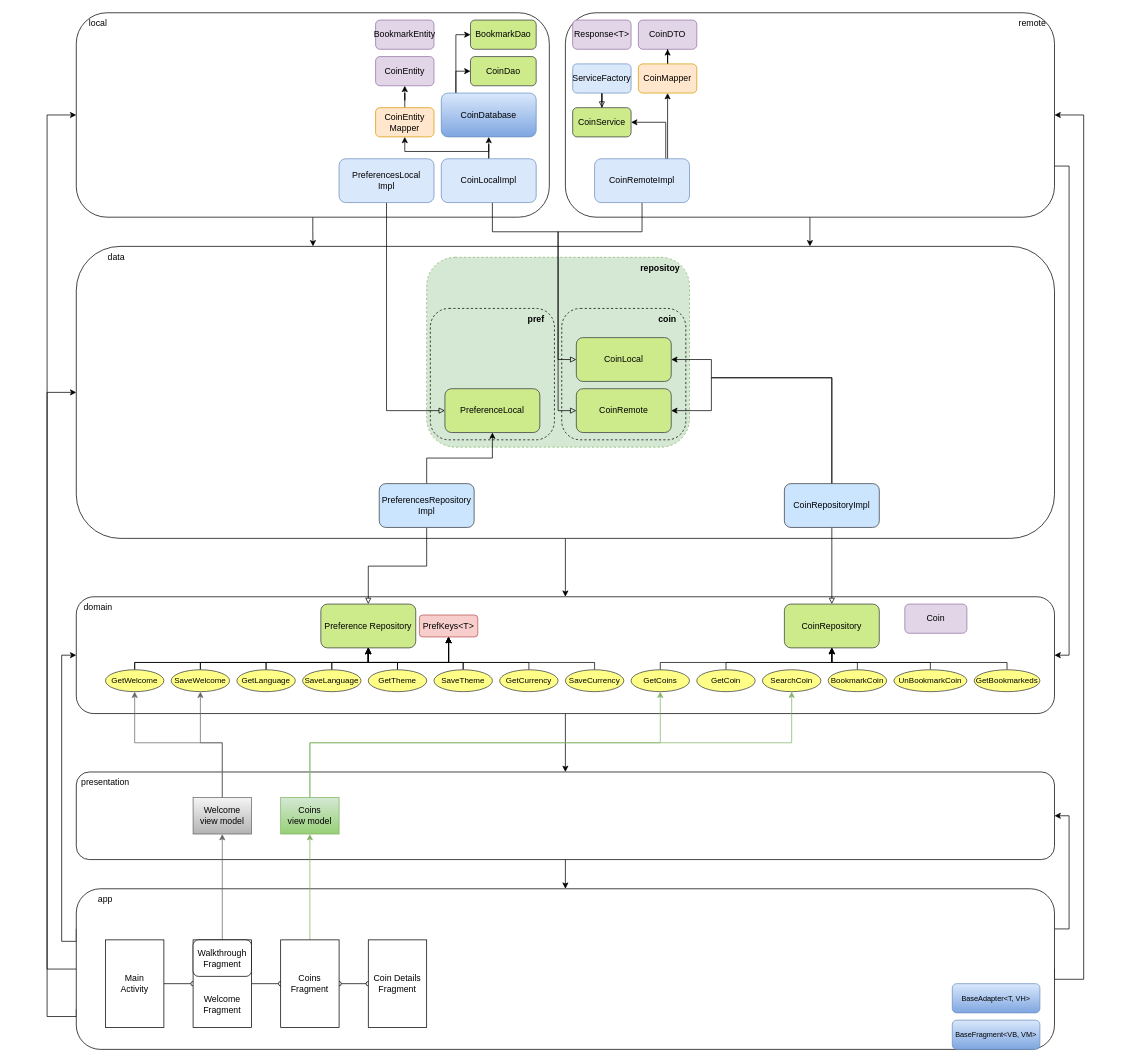
Above: docs/CryptoNumismatist.drawio in hexley21/CoinFuse (draw.io), before the change. Source tidied: cells renumbered, new cells numbered last; positions are measured from the earlier drawing's top-left corner, leaving out a move shared by most shapes. Both pictures are drawn from the tidied source at 73%, with x=0, y=0 at pixel (47, 12).
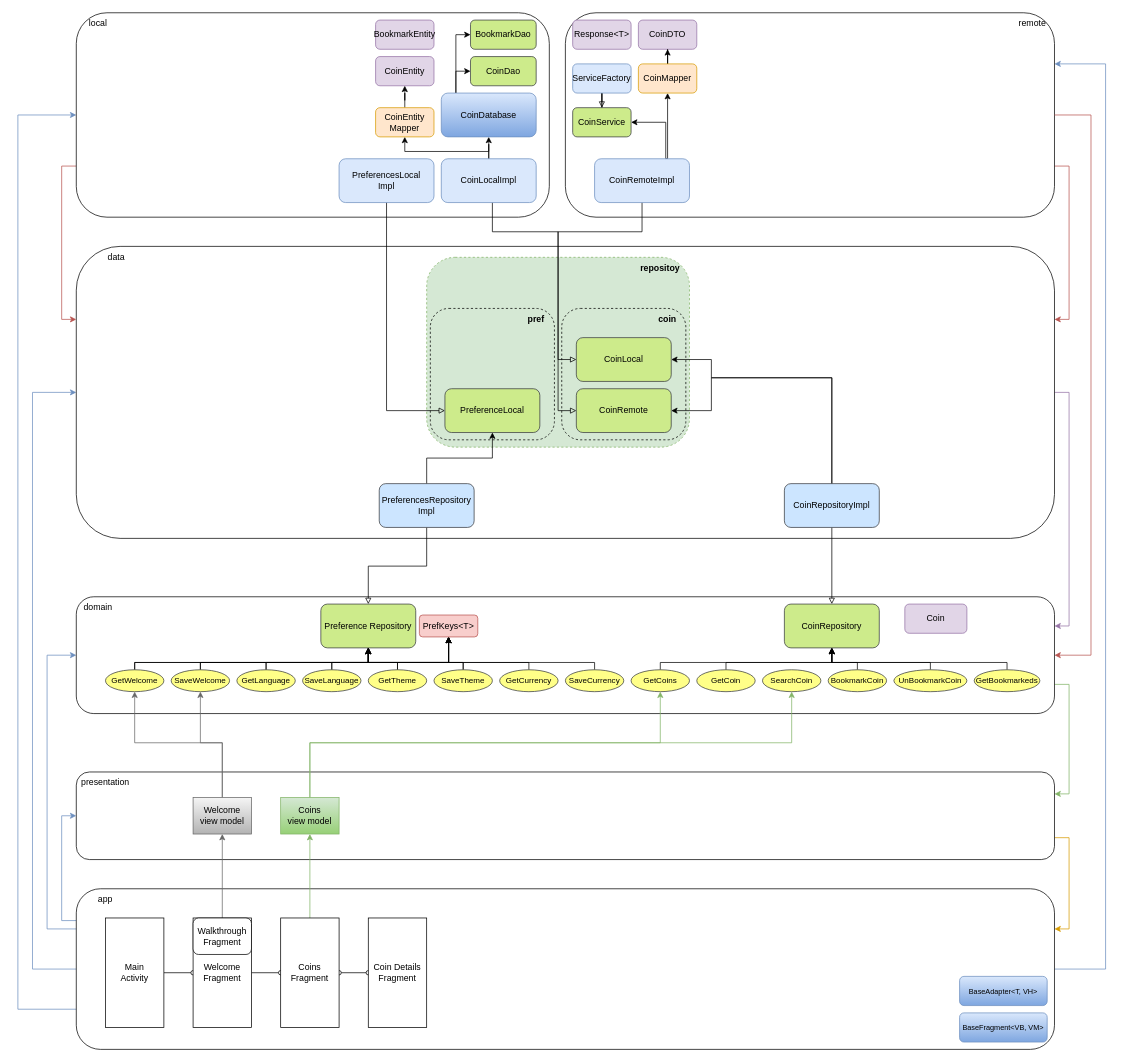
The same page after the edit.

Commit message (it also covers changes not shown here):
build(app/test): add fragment testing dependency

The change refers to these unchanged cells:
```xml
<mxCell id="2" style="rounded=1;whiteSpace=wrap;html=1;" parent="1" vertex="1">
  <mxGeometry x="40" y="1040" width="1340" height="120" as="geometry" />
</mxCell>
<mxCell id="4" style="rounded=1;whiteSpace=wrap;html=1;sketch=0;" parent="1" vertex="1">
  <mxGeometry x="710" width="670" height="280" as="geometry" />
</mxCell>
<mxCell id="10" style="rounded=1;whiteSpace=wrap;html=1;" parent="1" vertex="1">
  <mxGeometry x="40" y="1200" width="1340" height="220" as="geometry" />
</mxCell>
<mxCell id="12" style="rounded=1;whiteSpace=wrap;html=1;" parent="1" vertex="1">
  <mxGeometry x="40" y="320" width="1340" height="400" as="geometry" />
</mxCell>
<mxCell id="14" style="rounded=1;whiteSpace=wrap;html=1;" parent="1" vertex="1">
  <mxGeometry x="40" y="800" width="1340" height="160" as="geometry" />
</mxCell>
<mxCell id="65" style="rounded=1;whiteSpace=wrap;html=1;" parent="1" vertex="1">
  <mxGeometry x="40" width="648" height="280" as="geometry" />
</mxCell>
```

Diff of the diagram source:
```diff
@@
+    <mxCell id="123" style="edgeStyle=orthogonalEdgeStyle;rounded=0;jettySize=auto;html=1;entryX=1;entryY=0.25;entryDx=0;entryDy=0;exitX=1;exitY=0.75;exitDx=0;exitDy=0;fillColor=#ffe6cc;strokeColor=#d79b00;" parent="1" edge="1" source="2" target="10">
+      <mxGeometry relative="1" as="geometry" />
+    </mxCell>
@@
-    <mxCell id="3" style="edgeStyle=orthogonalEdgeStyle;rounded=0;jettySize=auto;html=1;entryX=0.75;entryY=0;entryDx=0;entryDy=0;" parent="1" edge="1" source="4" target="12">
+    <mxCell id="3" style="edgeStyle=orthogonalEdgeStyle;rounded=0;jettySize=auto;html=1;entryX=1;entryY=0.25;entryDx=0;entryDy=0;exitX=1;exitY=0.75;exitDx=0;exitDy=0;fillColor=#f8cecc;strokeColor=#b85450;" parent="1" edge="1" source="4" target="12">
       <mxGeometry relative="1" as="geometry" />
     </mxCell>
@@
-    <mxCell id="5" style="edgeStyle=orthogonalEdgeStyle;rounded=0;jettySize=auto;html=1;entryX=1;entryY=0.5;entryDx=0;entryDy=0;exitX=1;exitY=0.5;exitDx=0;exitDy=0;" parent="1" edge="1" source="10" target="4">
+    <mxCell id="5" style="edgeStyle=orthogonalEdgeStyle;rounded=0;jettySize=auto;html=1;entryX=1;entryY=0.25;entryDx=0;entryDy=0;fillColor=#dae8fc;strokeColor=#6c8ebf;" parent="1" edge="1" target="4">
       <mxGeometry relative="1" as="geometry">
+        <mxPoint x="1380" y="1310" as="sourcePoint" />
         <Array as="points">
-          <mxPoint x="1420" y="1324" />
-          <mxPoint x="1420" y="140" />
+          <mxPoint x="1450" y="1310" />
+          <mxPoint x="1450" y="70" />
         </Array>
       </mxGeometry>
     </mxCell>
-    <mxCell id="6" style="edgeStyle=orthogonalEdgeStyle;rounded=0;jettySize=auto;html=1;entryX=0;entryY=0.5;entryDx=0;entryDy=0;exitX=0;exitY=0.25;exitDx=0;exitDy=0;" parent="1" edge="1" source="10" target="14">
+    <mxCell id="6" style="edgeStyle=orthogonalEdgeStyle;rounded=0;jettySize=auto;html=1;entryX=0;entryY=0.5;entryDx=0;entryDy=0;exitX=0;exitY=0.25;exitDx=0;exitDy=0;fillColor=#dae8fc;strokeColor=#6c8ebf;" parent="1" edge="1" source="10" target="14">
       <mxGeometry relative="1" as="geometry">
         <Array as="points">
-          <mxPoint x="20" y="1272" />
-          <mxPoint x="20" y="880" />
+          <mxPoint y="1255" />
+          <mxPoint y="880" />
         </Array>
       </mxGeometry>
     </mxCell>
-    <mxCell id="7" style="edgeStyle=orthogonalEdgeStyle;rounded=0;jettySize=auto;html=1;entryX=0;entryY=0.5;entryDx=0;entryDy=0;exitX=0;exitY=0.75;exitDx=0;exitDy=0;" parent="1" edge="1" source="10" target="12">
+    <mxCell id="7" style="edgeStyle=orthogonalEdgeStyle;rounded=0;jettySize=auto;html=1;entryX=0;entryY=0.5;entryDx=0;entryDy=0;exitX=0;exitY=0.5;exitDx=0;exitDy=0;fillColor=#dae8fc;strokeColor=#6c8ebf;" parent="1" edge="1" source="10" target="12">
       <mxGeometry relative="1" as="geometry">
         <Array as="points">
-          <mxPoint y="1375" />
-          <mxPoint y="520" />
+          <mxPoint x="-20" y="1310" />
+          <mxPoint x="-20" y="520" />
         </Array>
       </mxGeometry>
     </mxCell>
-    <mxCell id="8" style="edgeStyle=orthogonalEdgeStyle;rounded=0;jettySize=auto;html=1;entryX=0;entryY=0.5;entryDx=0;entryDy=0;exitX=0;exitY=0.5;exitDx=0;exitDy=0;" parent="1" edge="1" source="10" target="65">
+    <mxCell id="8" style="edgeStyle=orthogonalEdgeStyle;rounded=0;jettySize=auto;html=1;entryX=0;entryY=0.5;entryDx=0;entryDy=0;exitX=0;exitY=0.75;exitDx=0;exitDy=0;fillColor=#dae8fc;strokeColor=#6c8ebf;" parent="1" edge="1" source="10" target="65">
       <mxGeometry relative="1" as="geometry">
         <Array as="points">
-          <mxPoint y="1310" />
-          <mxPoint y="140" />
+          <mxPoint x="-40" y="1365" />
+          <mxPoint x="-40" y="140" />
         </Array>
       </mxGeometry>
     </mxCell>
-    <mxCell id="9" style="edgeStyle=orthogonalEdgeStyle;rounded=0;jettySize=auto;html=1;exitX=1;exitY=0.25;exitDx=0;exitDy=0;entryX=1;entryY=0.5;entryDx=0;entryDy=0;" parent="1" edge="1" source="10" target="2">
+    <mxCell id="9" style="edgeStyle=orthogonalEdgeStyle;rounded=0;jettySize=auto;html=1;entryX=0;entryY=0.5;entryDx=0;entryDy=0;exitX=0;exitY=0.198;exitDx=0;exitDy=0;exitPerimeter=0;fillColor=#dae8fc;strokeColor=#6c8ebf;" parent="1" edge="1" source="10" target="2">
       <mxGeometry relative="1" as="geometry" />
     </mxCell>
@@
-    <mxCell id="11" style="edgeStyle=orthogonalEdgeStyle;rounded=0;jettySize=auto;html=1;entryX=0.5;entryY=0;entryDx=0;entryDy=0;" parent="1" edge="1" source="12" target="14">
+    <mxCell id="11" style="edgeStyle=orthogonalEdgeStyle;rounded=0;jettySize=auto;html=1;entryX=1;entryY=0.25;entryDx=0;entryDy=0;exitX=1;exitY=0.5;exitDx=0;exitDy=0;fillColor=#e1d5e7;strokeColor=#9673a6;" parent="1" edge="1" source="12" target="14">
       <mxGeometry relative="1" as="geometry" />
     </mxCell>
@@
-    <mxCell id="13" style="edgeStyle=orthogonalEdgeStyle;rounded=0;jettySize=auto;html=1;entryX=0.5;entryY=0;entryDx=0;entryDy=0;" parent="1" edge="1" source="14" target="2">
+    <mxCell id="13" style="edgeStyle=orthogonalEdgeStyle;rounded=0;jettySize=auto;html=1;exitX=1;exitY=0.75;exitDx=0;exitDy=0;entryX=1;entryY=0.25;entryDx=0;entryDy=0;fillColor=#d5e8d4;strokeColor=#82b366;" parent="1" edge="1" source="14" target="2">
       <mxGeometry relative="1" as="geometry" />
     </mxCell>
@@
     <mxCell id="16" value="Main&lt;br&gt;Activity" style="rounded=0;whiteSpace=wrap;html=1;" parent="1" vertex="1">
-      <mxGeometry x="80" y="1270" width="80" height="120" as="geometry" />
+      <mxGeometry x="80" y="1240" width="80" height="150" as="geometry" />
     </mxCell>
@@
-    <mxCell id="22" value="&lt;br&gt;&lt;br&gt;&lt;br&gt;&lt;br&gt;Welcome Fragment" style="rounded=0;whiteSpace=wrap;html=1;" parent="1" vertex="1">
-      <mxGeometry x="200" y="1270" width="80" height="120" as="geometry" />
+    <mxCell id="22" value="Welcome Fragment" style="rounded=0;whiteSpace=wrap;html=1;" parent="1" vertex="1">
+      <mxGeometry x="200" y="1240" width="80" height="150" as="geometry" />
     </mxCell>
@@
     <mxCell id="28" value="Coins Fragment" style="rounded=0;whiteSpace=wrap;html=1;" parent="1" vertex="1">
-      <mxGeometry x="320" y="1270" width="80" height="120" as="geometry" />
+      <mxGeometry x="320" y="1240" width="80" height="150" as="geometry" />
     </mxCell>
     <mxCell id="29" value="Coin Details&lt;br&gt;Fragment" style="rounded=0;whiteSpace=wrap;html=1;" parent="1" vertex="1">
-      <mxGeometry x="440" y="1270" width="80" height="120" as="geometry" />
+      <mxGeometry x="440" y="1240" width="80" height="150" as="geometry" />
     </mxCell>
@@
     <mxCell id="58" value="Walkthrough&lt;br&gt;Fragment" style="rounded=1;whiteSpace=wrap;html=1;fontSize=12;" parent="1" vertex="1">
-      <mxGeometry x="200" y="1270" width="80" height="50" as="geometry" />
+      <mxGeometry x="200" y="1240" width="80" height="50" as="geometry" />
     </mxCell>
@@
-    <mxCell id="64" style="edgeStyle=orthogonalEdgeStyle;rounded=0;jettySize=auto;html=1;entryX=0.242;entryY=0;entryDx=0;entryDy=0;entryPerimeter=0;" parent="1" edge="1" source="65" target="12">
+    <mxCell id="64" style="edgeStyle=orthogonalEdgeStyle;rounded=0;jettySize=auto;html=1;exitX=0;exitY=0.75;exitDx=0;exitDy=0;entryX=0;entryY=0.25;entryDx=0;entryDy=0;fillColor=#f8cecc;strokeColor=#b85450;" parent="1" edge="1" source="65" target="12">
       <mxGeometry relative="1" as="geometry" />
     </mxCell>
@@
-    <mxCell id="80" style="edgeStyle=orthogonalEdgeStyle;rounded=0;jettySize=auto;html=1;entryX=1;entryY=0.5;entryDx=0;entryDy=0;exitX=1;exitY=0.75;exitDx=0;exitDy=0;" parent="1" edge="1" source="4" target="14">
+    <mxCell id="80" style="edgeStyle=orthogonalEdgeStyle;rounded=0;jettySize=auto;html=1;entryX=1;entryY=0.5;entryDx=0;entryDy=0;exitX=1;exitY=0.5;exitDx=0;exitDy=0;fillColor=#f8cecc;strokeColor=#b85450;" parent="1" edge="1" source="4" target="14">
       <mxGeometry relative="1" as="geometry">
         <Array as="points">
-          <mxPoint x="1400" y="210" />
-          <mxPoint x="1400" y="880" />
+          <mxPoint x="1430" y="140" />
+          <mxPoint x="1430" y="880" />
         </Array>
       </mxGeometry>
     </mxCell>
@@
     <mxCell id="98" value="&lt;font style=&quot;font-size: 10px;&quot;&gt;BaseAdapter&amp;lt;T, VH&amp;gt;&lt;br&gt;&lt;/font&gt;" style="rounded=1;whiteSpace=wrap;html=1;fillColor=#dae8fc;strokeColor=#6c8ebf;gradientColor=#7ea6e0;" parent="1" vertex="1">
-      <mxGeometry x="1240" y="1330" width="120" height="40" as="geometry" />
+      <mxGeometry x="1250" y="1320" width="120" height="40" as="geometry" />
     </mxCell>
     <mxCell id="99" value="&lt;font style=&quot;font-size: 10px;&quot;&gt;BaseFragment&amp;lt;VB, VM&amp;gt;&lt;br&gt;&lt;/font&gt;" style="rounded=1;whiteSpace=wrap;html=1;fillColor=#dae8fc;strokeColor=#6c8ebf;gradientColor=#7ea6e0;" parent="1" vertex="1">
-      <mxGeometry x="1240" y="1380" width="120" height="40" as="geometry" />
+      <mxGeometry x="1250" y="1370" width="120" height="40" as="geometry" />
     </mxCell>
@@
-    <mxCell id="123" style="edgeStyle=orthogonalEdgeStyle;rounded=0;jettySize=auto;html=1;" parent="1" edge="1" source="2" target="10">
-      <mxGeometry relative="1" as="geometry" />
-    </mxCell>
```
